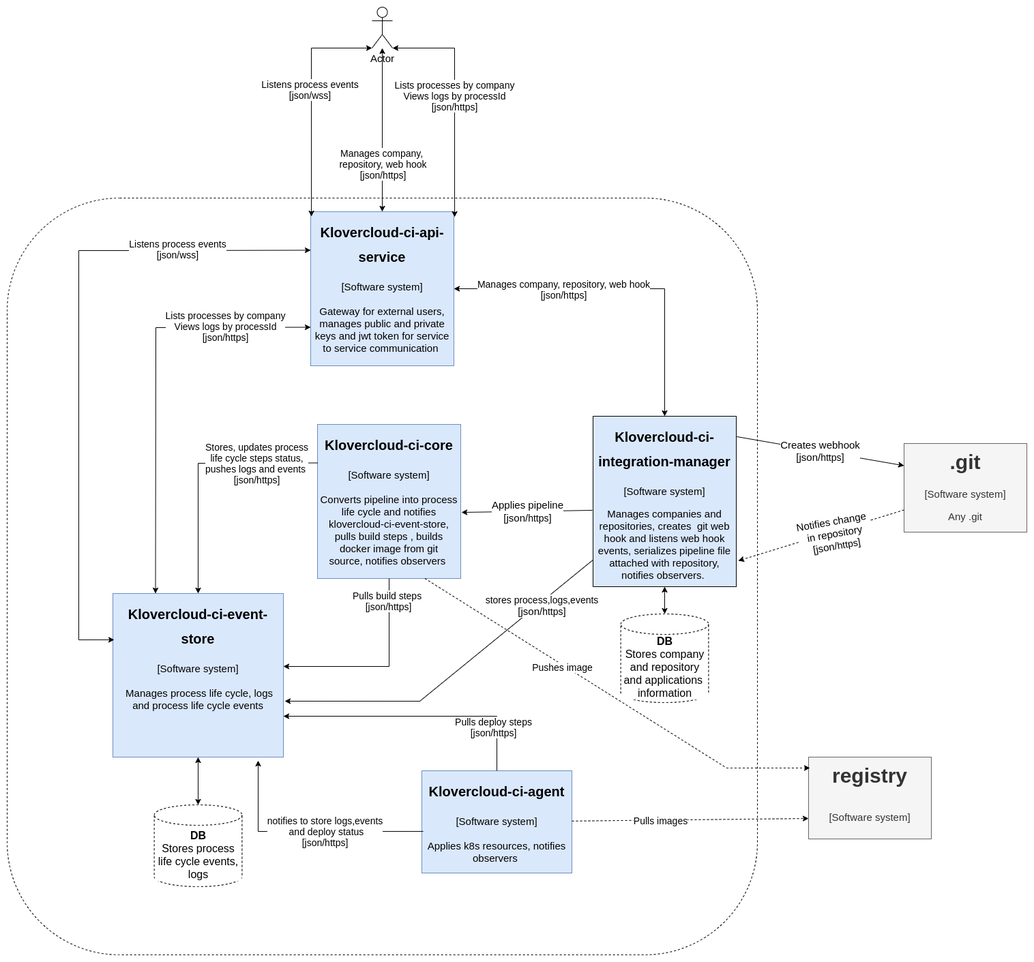
Earlier version of the draw.io export files/container.png (klovercloud-ci-cd/architecture). Source tidied: cells renumbered, new cells last; positions are measured from the earlier drawing's top-left corner, leaving out a move shared by most shapes.
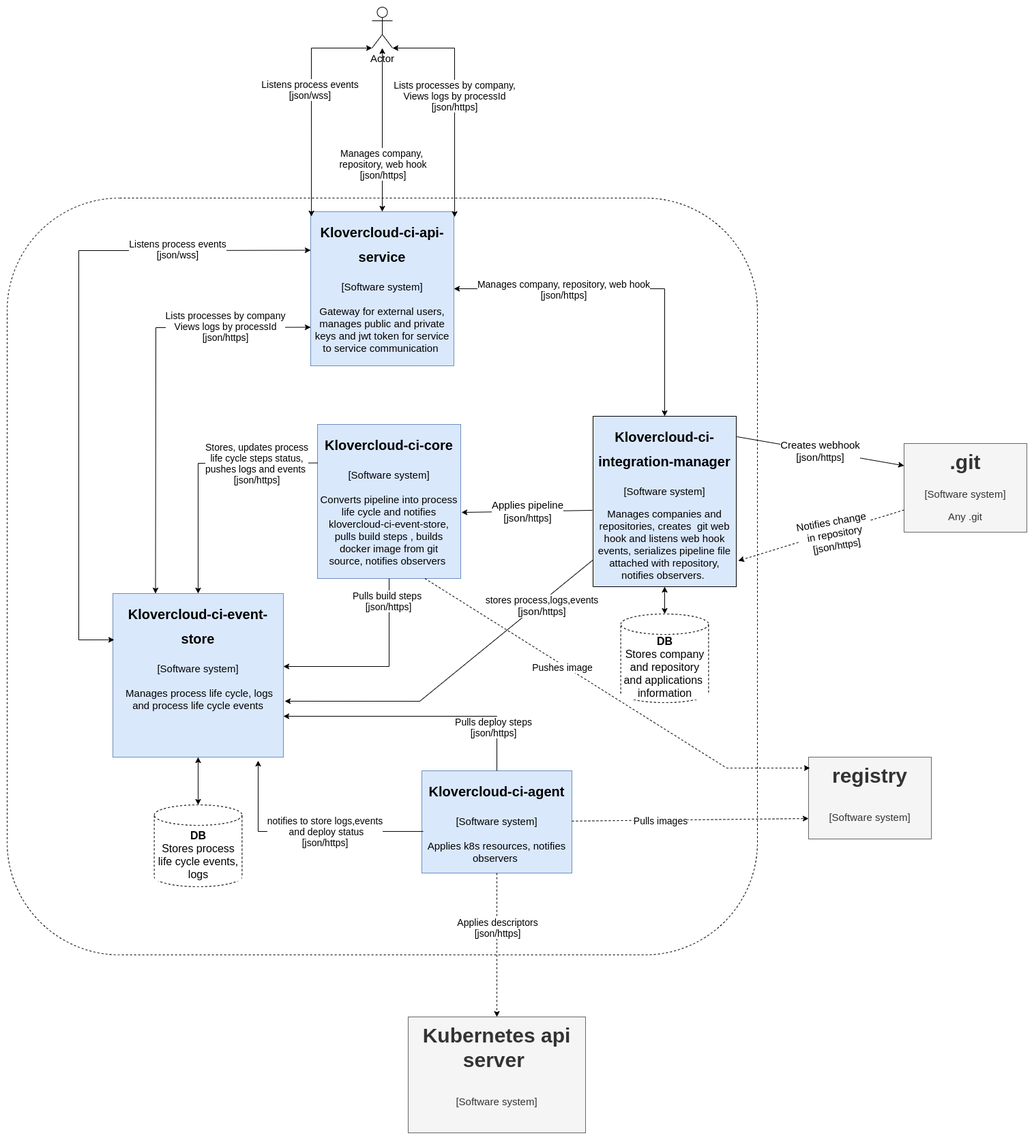
Later version of the same file.

Commit message:
add kuberntes api server in the diagrams

Change to the diagram source:
```diff
@@ -178,7 +178,7 @@
         </Array>
       </mxGeometry>
     </mxCell>
-    <mxCell id="41" value="Lists processes by company&lt;br&gt;Views logs by processId&lt;br&gt;[json/https]" style="edgeLabel;html=1;align=center;verticalAlign=middle;fontSize=14;fontColor=default;labelBackgroundColor=default;" parent="40" vertex="1">
+    <mxCell id="41" value="Lists processes by company,&lt;br&gt;Views logs by processId&lt;br&gt;[json/https]" style="edgeLabel;html=1;align=center;verticalAlign=middle;fontSize=14;fontColor=default;labelBackgroundColor=default;" parent="40" vertex="1">
       <mxGeometry x="0.34" y="-2" relative="1" as="geometry">
         <mxPoint x="-3" y="49" as="offset" />
       </mxGeometry>
@@ -193,5 +193,14 @@
     <mxCell id="43" value="stores process,logs,events&lt;br&gt;&lt;span style=&quot;font-size: 15px&quot;&gt;[json/&lt;/span&gt;https&lt;span style=&quot;font-size: 15px&quot;&gt;]&lt;/span&gt;" style="edgeLabel;html=1;align=center;verticalAlign=middle;fontSize=14;fontColor=default;" parent="42" vertex="1">
       <mxGeometry x="-0.61" y="4" relative="1" as="geometry" />
     </mxCell>
+    <mxCell id="44" value="&lt;h1&gt;&lt;span&gt;Kubernetes api server&amp;nbsp;&lt;/span&gt;&lt;/h1&gt;&lt;h1&gt;&lt;span style=&quot;font-size: 15px ; font-weight: normal&quot;&gt;[Software system]&lt;/span&gt;&lt;/h1&gt;&lt;div&gt;&lt;span style=&quot;font-size: 15px ; font-weight: normal&quot;&gt;&lt;br&gt;&lt;/span&gt;&lt;/div&gt;" style="text;html=1;strokeColor=#666666;fillColor=#f5f5f5;spacing=5;spacingTop=-20;whiteSpace=wrap;overflow=hidden;rounded=0;fontSize=15;fontColor=#333333;align=center;" parent="1" vertex="1">
+      <mxGeometry x="588" y="1481" width="260" height="170" as="geometry" />
+    </mxCell>
+    <mxCell id="45" style="endArrow=classic;html=1;rounded=0;dashed=1;labelBackgroundColor=default;fontSize=14;fontColor=default;strokeColor=default;fillColor=default;entryX=0.5;entryY=0;entryDx=0;entryDy=0;" parent="1" edge="1" source="20" target="44">
+      <mxGeometry relative="1" as="geometry" />
+    </mxCell>
+    <mxCell id="46" value="Applies descriptors&lt;br&gt;[json/https]" style="edgeLabel;html=1;align=center;verticalAlign=middle;fontSize=14;fontColor=default;" parent="45" vertex="1">
+      <mxGeometry x="-0.25" relative="1" as="geometry" />
+    </mxCell>
   </root>
 </mxGraphModel>
```
